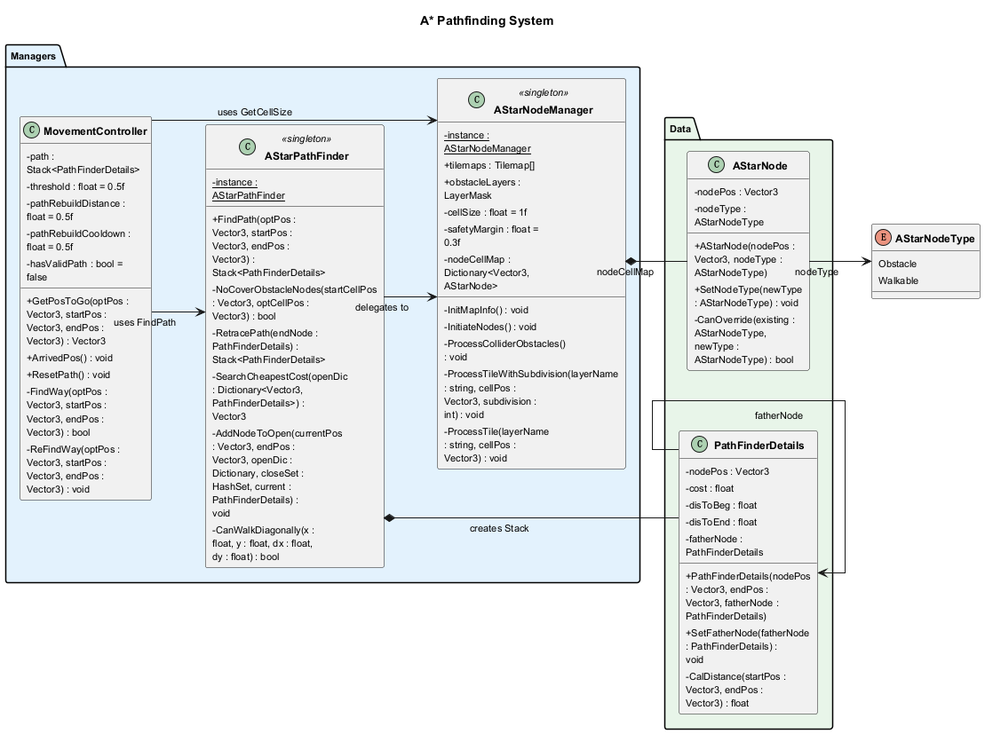
Above: Docs/UML/AStar_Pathfinding.png in KAIDO-YONAGI/My_ARPG (PlantUML), before the change. The source it was exported from:
```plantuml
@startuml AStar_Pathfinding

left to right direction

skinparam linetype ortho
skinparam nodesep 50
skinparam ranksep 60
skinparam classAttributeIconSize 0
skinparam defaultFontSize 11
skinparam classFontSize 12
skinparam classFontStyle bold
skinparam padding 2
skinparam wrapWidth 120

title A* Pathfinding System

enum AStarNodeType {
    Obstacle
    Walkable
}

package "Managers" #E3F2FD {
    class AStarNodeManager <<singleton>> {
        - {static} instance : AStarNodeManager
        + tilemaps : Tilemap[]
        + obstacleLayers : LayerMask
        - cellSize : float = 1f
        - safetyMargin : float = 0.3f
        - nodeCellMap : Dictionary<Vector3, AStarNode>
        - InitMapInfo() : void
        - InitiateNodes() : void
        - ProcessColliderObstacles() : void
        - ProcessTileWithSubdivision(layerName : string, cellPos : Vector3, subdivision : int) : void
        - ProcessTile(layerName : string, cellPos : Vector3) : void
    }

    class AStarPathFinder <<singleton>> {
        - {static} instance : AStarPathFinder
        + FindPath(optPos : Vector3, startPos : Vector3, endPos : Vector3) : Stack<PathFinderDetails>
        - NoCoverObstacleNodes(startCellPos : Vector3, optCellPos : Vector3) : bool
        - RetracePath(endNode : PathFinderDetails) : Stack<PathFinderDetails>
        - SearchCheapestCost(openDic : Dictionary<Vector3, PathFinderDetails>) : Vector3
        - AddNodeToOpen(currentPos : Vector3, endPos : Vector3, openDic : Dictionary, closeSet : HashSet, current : PathFinderDetails) : void
        - CanWalkDiagonally(x : float, y : float, dx : float, dy : float) : bool
    }

    class MovementController {
        - path : Stack<PathFinderDetails>
        - threshold : float = 0.5f
        - pathRebuildDistance : float = 0.5f
        - pathRebuildCooldown : float = 0.5f
        - hasValidPath : bool = false
        + GetPosToGo(optPos : Vector3, startPos : Vector3, endPos : Vector3) : Vector3
        + ArrivedPos() : void
        + ResetPath() : void
        - FindWay(optPos : Vector3, startPos : Vector3, endPos : Vector3) : bool
        - ReFindWay(optPos : Vector3, startPos : Vector3, endPos : Vector3) : void
    }
}

package "Data" #E8F5E9 {
    class AStarNode {
        - nodePos : Vector3
        - nodeType : AStarNodeType
        + AStarNode(nodePos : Vector3, nodeType : AStarNodeType)
        + SetNodeType(newType : AStarNodeType) : void
        - CanOverride(existing : AStarNodeType, newType : AStarNodeType) : bool
    }

    class PathFinderDetails {
        - nodePos : Vector3
        - cost : float
        - disToBeg : float
        - disToEnd : float
        - fatherNode : PathFinderDetails
        + PathFinderDetails(nodePos : Vector3, endPos : Vector3, fatherNode : PathFinderDetails)
        + SetFatherNode(fatherNode : PathFinderDetails) : void
        - CalDistance(startPos : Vector3, endPos : Vector3) : float
    }
}

AStarNodeManager *-- AStarNode : nodeCellMap
AStarPathFinder --> AStarNodeManager : delegates to
AStarPathFinder *-- PathFinderDetails : creates Stack
MovementController --> AStarPathFinder : uses FindPath
MovementController --> AStarNodeManager : uses GetCellSize
AStarNode --> AStarNodeType : nodeType
PathFinderDetails --> PathFinderDetails : fatherNode

@enduml
```
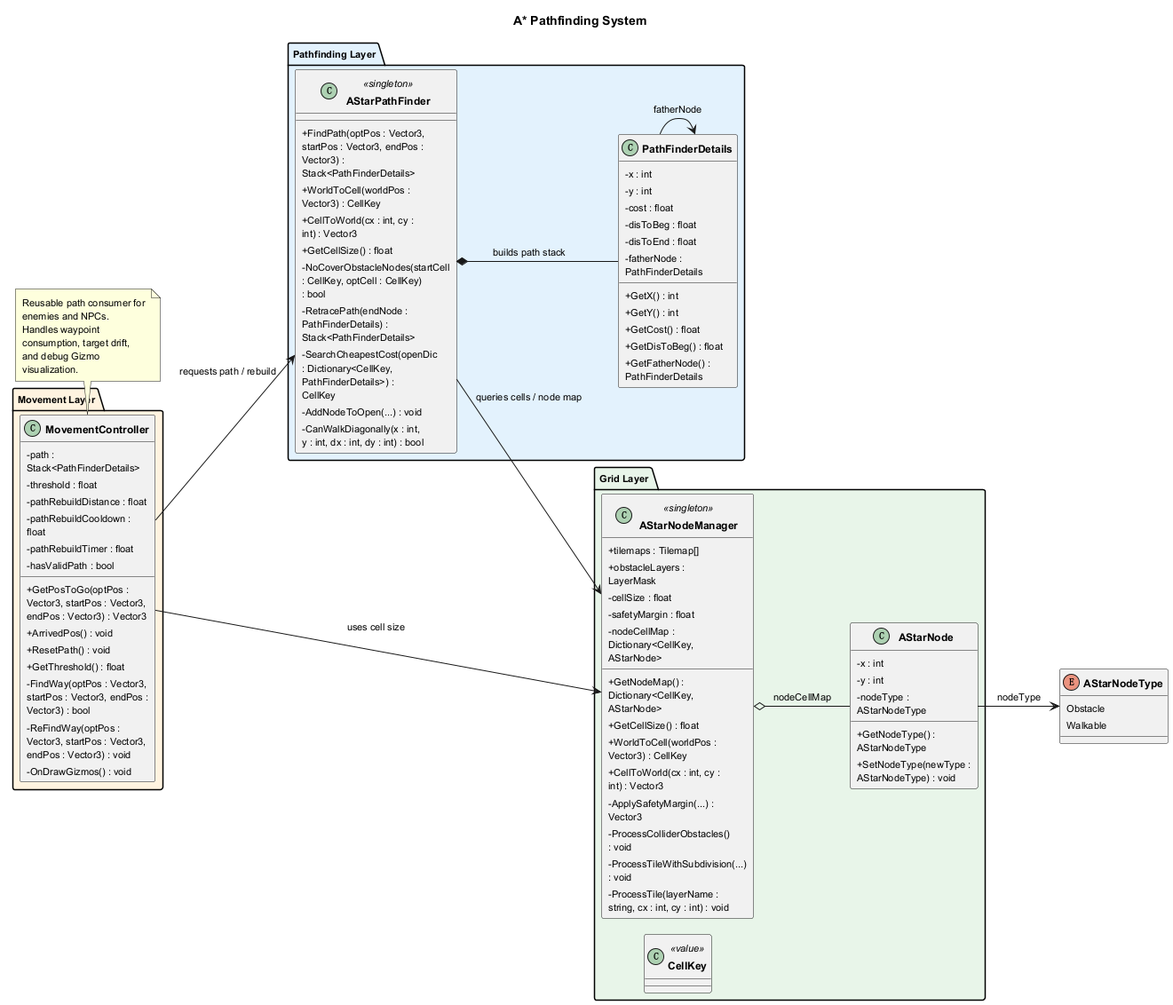
Above is the later version.

Diff of the diagram source:
```diff
@@ -1,16 +1,17 @@
 @startuml AStar_Pathfinding
 
+!pragma layout smetana
 left to right direction
 
 skinparam linetype ortho
-skinparam nodesep 50
-skinparam ranksep 60
+skinparam nodesep 40
+skinparam ranksep 50
 skinparam classAttributeIconSize 0
 skinparam defaultFontSize 11
 skinparam classFontSize 12
 skinparam classFontStyle bold
 skinparam padding 2
-skinparam wrapWidth 120
+skinparam wrapWidth 140
 
 title A* Pathfinding System
 
@@ -19,72 +20,92 @@
     Walkable
 }
 
-package "Managers" #E3F2FD {
+package "Grid Layer" #E8F5E9 {
     class AStarNodeManager <<singleton>> {
-        - {static} instance : AStarNodeManager
         + tilemaps : Tilemap[]
         + obstacleLayers : LayerMask
-        - cellSize : float = 1f
-        - safetyMargin : float = 0.3f
-        - nodeCellMap : Dictionary<Vector3, AStarNode>
-        - InitMapInfo() : void
-        - InitiateNodes() : void
+        - cellSize : float
+        - safetyMargin : float
+        - nodeCellMap : Dictionary<CellKey, AStarNode>
+        + GetNodeMap() : Dictionary<CellKey, AStarNode>
+        + GetCellSize() : float
+        + WorldToCell(worldPos : Vector3) : CellKey
+        + CellToWorld(cx : int, cy : int) : Vector3
+        - ApplySafetyMargin(...) : Vector3
         - ProcessColliderObstacles() : void
-        - ProcessTileWithSubdivision(layerName : string, cellPos : Vector3, subdivision : int) : void
-        - ProcessTile(layerName : string, cellPos : Vector3) : void
+        - ProcessTileWithSubdivision(...) : void
+        - ProcessTile(layerName : string, cx : int, cy : int) : void
     }
 
-    class AStarPathFinder <<singleton>> {
-        - {static} instance : AStarPathFinder
-        + FindPath(optPos : Vector3, startPos : Vector3, endPos : Vector3) : Stack<PathFinderDetails>
-        - NoCoverObstacleNodes(startCellPos : Vector3, optCellPos : Vector3) : bool
-        - RetracePath(endNode : PathFinderDetails) : Stack<PathFinderDetails>
-        - SearchCheapestCost(openDic : Dictionary<Vector3, PathFinderDetails>) : Vector3
-        - AddNodeToOpen(currentPos : Vector3, endPos : Vector3, openDic : Dictionary, closeSet : HashSet, current : PathFinderDetails) : void
-        - CanWalkDiagonally(x : float, y : float, dx : float, dy : float) : bool
+    class AStarNode {
+        - x : int
+        - y : int
+        - nodeType : AStarNodeType
+        + GetNodeType() : AStarNodeType
+        + SetNodeType(newType : AStarNodeType) : void
     }
 
-    class MovementController {
-        - path : Stack<PathFinderDetails>
-        - threshold : float = 0.5f
-        - pathRebuildDistance : float = 0.5f
-        - pathRebuildCooldown : float = 0.5f
-        - hasValidPath : bool = false
-        + GetPosToGo(optPos : Vector3, startPos : Vector3, endPos : Vector3) : Vector3
-        + ArrivedPos() : void
-        + ResetPath() : void
-        - FindWay(optPos : Vector3, startPos : Vector3, endPos : Vector3) : bool
-        - ReFindWay(optPos : Vector3, startPos : Vector3, endPos : Vector3) : void
-    }
+    class CellKey <<value>>
 }
 
-package "Data" #E8F5E9 {
-    class AStarNode {
-        - nodePos : Vector3
-        - nodeType : AStarNodeType
-        + AStarNode(nodePos : Vector3, nodeType : AStarNodeType)
-        + SetNodeType(newType : AStarNodeType) : void
-        - CanOverride(existing : AStarNodeType, newType : AStarNodeType) : bool
+package "Pathfinding Layer" #E3F2FD {
+    class AStarPathFinder <<singleton>> {
+        + FindPath(optPos : Vector3, startPos : Vector3, endPos : Vector3) : Stack<PathFinderDetails>
+        + WorldToCell(worldPos : Vector3) : CellKey
+        + CellToWorld(cx : int, cy : int) : Vector3
+        + GetCellSize() : float
+        - NoCoverObstacleNodes(startCell : CellKey, optCell : CellKey) : bool
+        - RetracePath(endNode : PathFinderDetails) : Stack<PathFinderDetails>
+        - SearchCheapestCost(openDic : Dictionary<CellKey, PathFinderDetails>) : CellKey
+        - AddNodeToOpen(...) : void
+        - CanWalkDiagonally(x : int, y : int, dx : int, dy : int) : bool
     }
 
     class PathFinderDetails {
-        - nodePos : Vector3
+        - x : int
+        - y : int
         - cost : float
         - disToBeg : float
         - disToEnd : float
         - fatherNode : PathFinderDetails
-        + PathFinderDetails(nodePos : Vector3, endPos : Vector3, fatherNode : PathFinderDetails)
-        + SetFatherNode(fatherNode : PathFinderDetails) : void
-        - CalDistance(startPos : Vector3, endPos : Vector3) : float
+        + GetX() : int
+        + GetY() : int
+        + GetCost() : float
+        + GetDisToBeg() : float
+        + GetFatherNode() : PathFinderDetails
     }
 }
 
-AStarNodeManager *-- AStarNode : nodeCellMap
-AStarPathFinder --> AStarNodeManager : delegates to
-AStarPathFinder *-- PathFinderDetails : creates Stack
-MovementController --> AStarPathFinder : uses FindPath
-MovementController --> AStarNodeManager : uses GetCellSize
+package "Movement Layer" #FFF3E0 {
+    class MovementController {
+        - path : Stack<PathFinderDetails>
+        - threshold : float
+        - pathRebuildDistance : float
+        - pathRebuildCooldown : float
+        - pathRebuildTimer : float
+        - hasValidPath : bool
+        + GetPosToGo(optPos : Vector3, startPos : Vector3, endPos : Vector3) : Vector3
+        + ArrivedPos() : void
+        + ResetPath() : void
+        + GetThreshold() : float
+        - FindWay(optPos : Vector3, startPos : Vector3, endPos : Vector3) : bool
+        - ReFindWay(optPos : Vector3, startPos : Vector3, endPos : Vector3) : void
+        - OnDrawGizmos() : void
+    }
+}
+
+AStarNodeManager o-- AStarNode : nodeCellMap
 AStarNode --> AStarNodeType : nodeType
+AStarPathFinder --> AStarNodeManager : queries cells / node map
+AStarPathFinder *-- PathFinderDetails : builds path stack
 PathFinderDetails --> PathFinderDetails : fatherNode
+MovementController --> AStarPathFinder : requests path / rebuild
+MovementController --> AStarNodeManager : uses cell size
+
+note bottom of MovementController
+Reusable path consumer for enemies and NPCs.
+Handles waypoint consumption, target drift,
+and debug Gizmo visualization.
+end note
 
 @enduml
```
